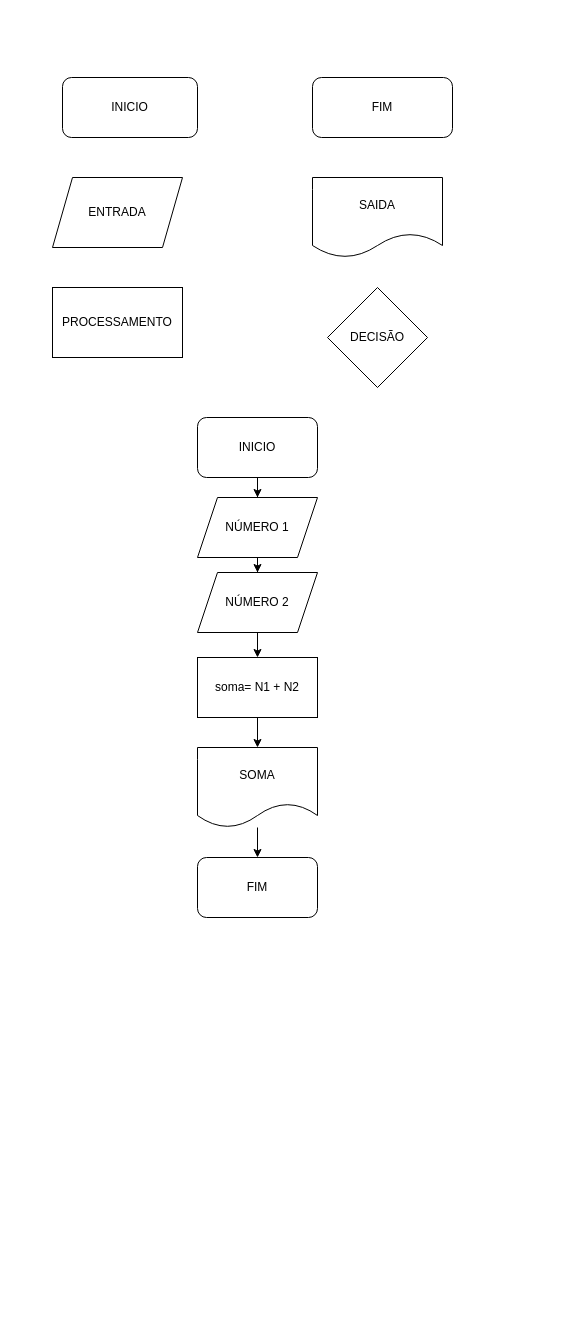
The draw.io diagram src/aula01/Untitled Diagram.drawio in fxxiva/mdc118, before the edit. Source tidied: cells renumbered, new cells numbered last; positions are measured from the earlier drawing's top-left corner, leaving out a move shared by most shapes. Both pictures are drawn from the tidied source at 100%, with x=0, y=0 at pixel (52, 77).
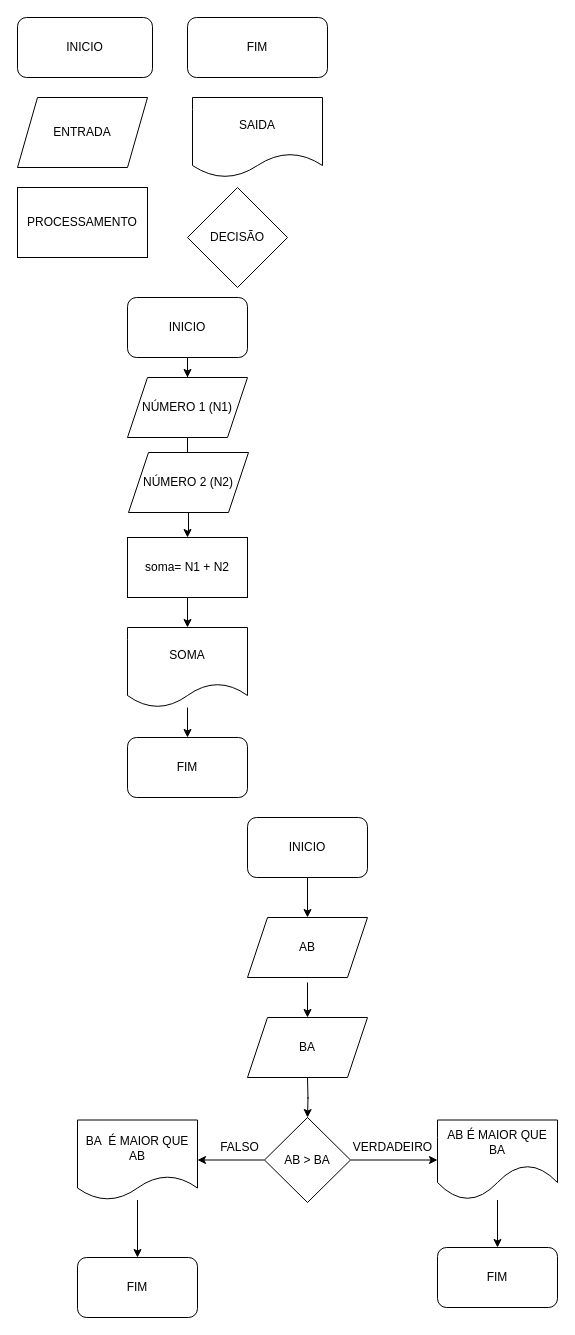
The same page after the edit.

What changed in the source:
```diff
@@
     <mxCell id="2" value="FIM" style="rounded=1;whiteSpace=wrap;html=1;fontFamily=Helvetica;" parent="1" vertex="1">
-      <mxGeometry x="260" width="140" height="60" as="geometry" />
+      <mxGeometry x="135" y="-60" width="140" height="60" as="geometry" />
     </mxCell>
     <mxCell id="3" value="ENTRADA" style="shape=parallelogram;perimeter=parallelogramPerimeter;whiteSpace=wrap;html=1;fixedSize=1;" parent="1" vertex="1">
-      <mxGeometry y="100" width="130" height="70" as="geometry" />
+      <mxGeometry x="-35" y="20" width="130" height="70" as="geometry" />
     </mxCell>
     <mxCell id="4" value="SAIDA" style="shape=document;whiteSpace=wrap;html=1;boundedLbl=1;" parent="1" vertex="1">
-      <mxGeometry x="260" y="100" width="130" height="80" as="geometry" />
+      <mxGeometry x="140" y="20" width="130" height="80" as="geometry" />
     </mxCell>
     <mxCell id="5" value="PROCESSAMENTO" style="rounded=0;whiteSpace=wrap;html=1;" parent="1" vertex="1">
-      <mxGeometry y="210" width="130" height="70" as="geometry" />
+      <mxGeometry x="-35" y="110" width="130" height="70" as="geometry" />
     </mxCell>
     <mxCell id="6" value="DECISÃO" style="rhombus;whiteSpace=wrap;html=1;" parent="1" vertex="1">
-      <mxGeometry x="275" y="210" width="100" height="100" as="geometry" />
+      <mxGeometry x="135" y="110" width="100" height="100" as="geometry" />
     </mxCell>
     <mxCell id="7" value="INICIO" style="rounded=1;whiteSpace=wrap;html=1;fontFamily=Helvetica;" parent="1" vertex="1">
-      <mxGeometry x="10" width="135" height="60" as="geometry" />
+      <mxGeometry x="-35" y="-60" width="135" height="60" as="geometry" />
     </mxCell>
@@
-    <mxCell id="9" value="NÚMERO 1" style="shape=parallelogram;perimeter=parallelogramPerimeter;whiteSpace=wrap;html=1;fixedSize=1;fontFamily=Helvetica;" parent="1" vertex="1">
-      <mxGeometry x="145" y="420" width="120" height="60" as="geometry" />
+    <mxCell id="9" value="NÚMERO 1 (N1)" style="shape=parallelogram;perimeter=parallelogramPerimeter;whiteSpace=wrap;html=1;fixedSize=1;fontFamily=Helvetica;" parent="1" vertex="1">
+      <mxGeometry x="75" y="300" width="120" height="60" as="geometry" />
     </mxCell>
@@
     <mxCell id="11" value="INICIO" style="rounded=1;whiteSpace=wrap;html=1;fontFamily=Helvetica;" parent="1" vertex="1">
-      <mxGeometry x="145" y="340" width="120" height="60" as="geometry" />
+      <mxGeometry x="75" y="220" width="120" height="60" as="geometry" />
     </mxCell>
@@
-    <mxCell id="13" value="NÚMERO 2" style="shape=parallelogram;perimeter=parallelogramPerimeter;whiteSpace=wrap;html=1;fixedSize=1;fontFamily=Helvetica;" parent="1" vertex="1">
-      <mxGeometry x="145" y="495" width="120" height="60" as="geometry" />
+    <mxCell id="13" value="NÚMERO 2 (N2)" style="shape=parallelogram;perimeter=parallelogramPerimeter;whiteSpace=wrap;html=1;fixedSize=1;fontFamily=Helvetica;" parent="1" vertex="1">
+      <mxGeometry x="76" y="375" width="120" height="60" as="geometry" />
     </mxCell>
@@
     <mxCell id="15" value="soma= N1 + N2" style="rounded=0;whiteSpace=wrap;html=1;fontFamily=Helvetica;" parent="1" vertex="1">
-      <mxGeometry x="145" y="580" width="120" height="60" as="geometry" />
+      <mxGeometry x="75" y="460" width="120" height="60" as="geometry" />
     </mxCell>
@@
     <mxCell id="17" value="SOMA" style="shape=document;whiteSpace=wrap;html=1;boundedLbl=1;fontFamily=Helvetica;" parent="1" vertex="1">
-      <mxGeometry x="145" y="670" width="120" height="80" as="geometry" />
+      <mxGeometry x="75" y="550" width="120" height="80" as="geometry" />
     </mxCell>
     <mxCell id="18" value="FIM" style="rounded=1;whiteSpace=wrap;html=1;fontFamily=Helvetica;" parent="1" vertex="1">
-      <mxGeometry x="145" y="780" width="120" height="60" as="geometry" />
+      <mxGeometry x="75" y="660" width="120" height="60" as="geometry" />
     </mxCell>
+    <mxCell id="19" style="edgeStyle=orthogonalEdgeStyle;rounded=0;jettySize=auto;html=1;fontFamily=Helvetica;" parent="1" edge="1" source="20" target="23">
+      <mxGeometry relative="1" as="geometry" />
+    </mxCell>
+    <mxCell id="20" value="INICIO" style="rounded=1;whiteSpace=wrap;html=1;fontFamily=Helvetica;" parent="1" vertex="1">
+      <mxGeometry x="195" y="740" width="120" height="60" as="geometry" />
+    </mxCell>
+    <mxCell id="21" style="edgeStyle=orthogonalEdgeStyle;rounded=0;orthogonalLoop=1;jettySize=auto;html=1;fontFamily=Helvetica;" parent="1" edge="1">
+      <mxGeometry relative="1" as="geometry">
+        <mxPoint x="255" y="905" as="sourcePoint" />
+        <mxPoint x="255" y="940" as="targetPoint" />
+      </mxGeometry>
+    </mxCell>
+    <mxCell id="22" style="edgeStyle=orthogonalEdgeStyle;rounded=0;orthogonalLoop=1;jettySize=auto;html=1;fontFamily=Helvetica;" parent="1" edge="1">
+      <mxGeometry relative="1" as="geometry">
+        <mxPoint x="255" y="1000" as="sourcePoint" />
+        <mxPoint x="255" y="1040" as="targetPoint" />
+      </mxGeometry>
+    </mxCell>
+    <mxCell id="23" value="AB" style="shape=parallelogram;perimeter=parallelogramPerimeter;whiteSpace=wrap;html=1;fixedSize=1;fontFamily=Helvetica;" parent="1" vertex="1">
+      <mxGeometry x="195" y="840" width="120" height="60" as="geometry" />
+    </mxCell>
+    <mxCell id="24" value="BA" style="shape=parallelogram;perimeter=parallelogramPerimeter;whiteSpace=wrap;html=1;fixedSize=1;fontFamily=Helvetica;" parent="1" vertex="1">
+      <mxGeometry x="195" y="940" width="120" height="60" as="geometry" />
+    </mxCell>
+    <mxCell id="25" style="edgeStyle=orthogonalEdgeStyle;rounded=0;jettySize=auto;html=1;fontFamily=Helvetica;" parent="1" edge="1" source="27" target="29">
+      <mxGeometry relative="1" as="geometry" />
+    </mxCell>
+    <mxCell id="26" style="edgeStyle=orthogonalEdgeStyle;rounded=0;jettySize=auto;html=1;fontFamily=Helvetica;" parent="1" edge="1" source="27" target="33">
+      <mxGeometry relative="1" as="geometry" />
+    </mxCell>
+    <mxCell id="27" value="AB &amp;gt; BA" style="rhombus;whiteSpace=wrap;html=1;fontFamily=Helvetica;" parent="1" vertex="1">
+      <mxGeometry x="212" y="1040" width="86" height="85" as="geometry" />
+    </mxCell>
+    <mxCell id="28" style="edgeStyle=orthogonalEdgeStyle;rounded=0;jettySize=auto;html=1;fontFamily=Helvetica;" parent="1" edge="1" source="29" target="31">
+      <mxGeometry relative="1" as="geometry" />
+    </mxCell>
+    <mxCell id="29" value="AB É MAIOR QUE BA" style="shape=document;whiteSpace=wrap;html=1;boundedLbl=1;fontFamily=Helvetica;size=0.4375;" parent="1" vertex="1">
+      <mxGeometry x="385" y="1042.5" width="120" height="80" as="geometry" />
+    </mxCell>
+    <mxCell id="30" value="VERDADEIRO" style="text;html=1;align=center;verticalAlign=middle;strokeColor=none;fillColor=none;fontFamily=Helvetica;" parent="1" vertex="1">
+      <mxGeometry x="295" y="1060" width="90" height="20" as="geometry" />
+    </mxCell>
+    <mxCell id="31" value="FIM" style="rounded=1;whiteSpace=wrap;html=1;" parent="1" vertex="1">
+      <mxGeometry x="385" y="1170" width="120" height="60" as="geometry" />
+    </mxCell>
+    <mxCell id="32" style="edgeStyle=orthogonalEdgeStyle;rounded=0;jettySize=auto;html=1;fontFamily=Helvetica;" parent="1" edge="1" source="33" target="35">
+      <mxGeometry relative="1" as="geometry" />
+    </mxCell>
+    <mxCell id="33" value="BA&amp;nbsp; É MAIOR QUE AB" style="shape=document;whiteSpace=wrap;html=1;boundedLbl=1;fontFamily=Helvetica;" parent="1" vertex="1">
+      <mxGeometry x="25" y="1042.5" width="120" height="80" as="geometry" />
+    </mxCell>
+    <mxCell id="34" value="FALSO" style="text;html=1;align=center;verticalAlign=middle;strokeColor=none;fillColor=none;fontFamily=Helvetica;" parent="1" vertex="1">
+      <mxGeometry x="162" y="1060" width="50" height="20" as="geometry" />
+    </mxCell>
+    <mxCell id="35" value="FIM" style="rounded=1;whiteSpace=wrap;html=1;" parent="1" vertex="1">
+      <mxGeometry x="25" y="1180" width="120" height="60" as="geometry" />
+    </mxCell>
```
